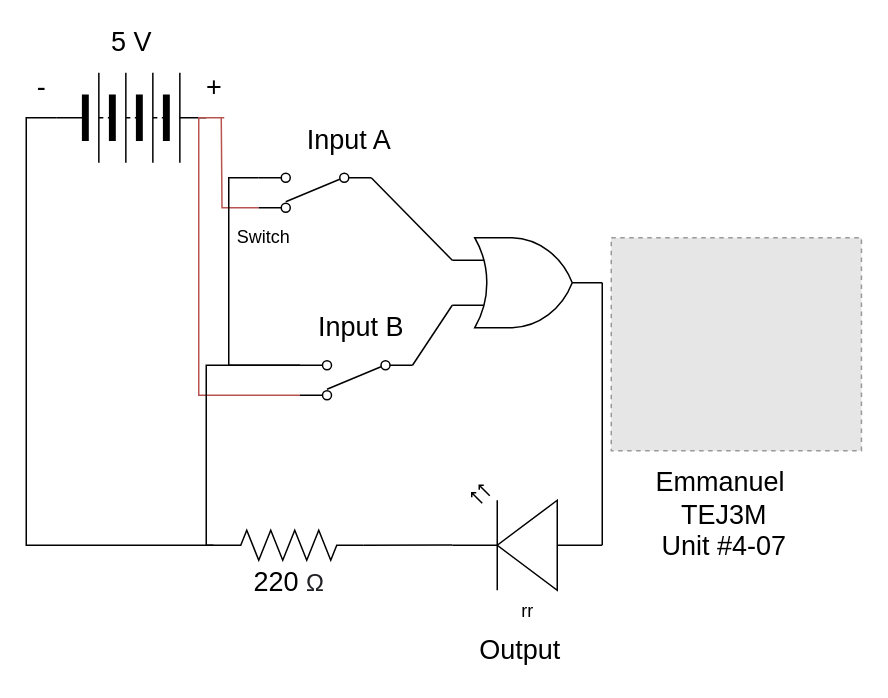
The draw.io diagram Unit 4-12/Sketch .drawio in Emmanuel-Garcia-Maltes/Unit-4, before the edit. Source tidied: cells renumbered, new cells numbered last; positions are measured from the earlier drawing's top-left corner, leaving out a move shared by most shapes. Both pictures are drawn from the tidied source at 150%, with x=0, y=0 at pixel (26, 27). Pictures stored in the file or linked from it are replaced by grey dashed boxes.
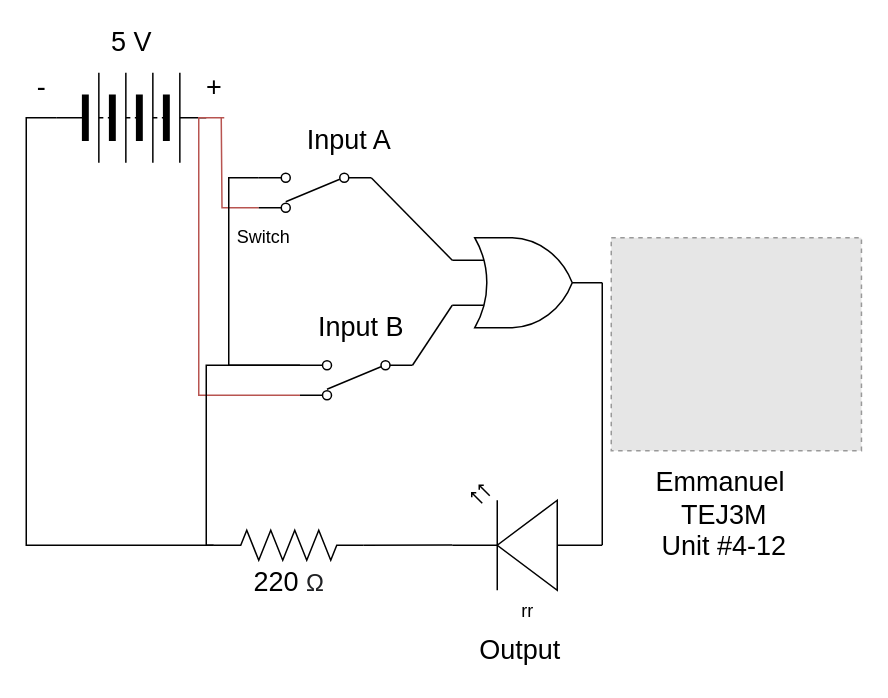
Above is the later version.

Diff of the diagram source:
```diff
@@
-    <mxCell id="14" value="Emmanuel&amp;nbsp;&lt;br&gt;TEJ3M&lt;br&gt;Unit #4-07" style="text;html=1;align=center;verticalAlign=middle;fillColor=none;strokeColor=none;rounded=0;fontSize=18;" parent="1" vertex="1">
+    <mxCell id="14" value="Emmanuel&amp;nbsp;&lt;br&gt;TEJ3M&lt;br&gt;Unit #4-12&lt;br&gt;" style="text;html=1;align=center;verticalAlign=middle;fillColor=none;strokeColor=none;rounded=0;fontSize=18;" parent="1" vertex="1">
       <mxGeometry x="410" y="290" width="110" height="70" as="geometry" />
     </mxCell>
```
